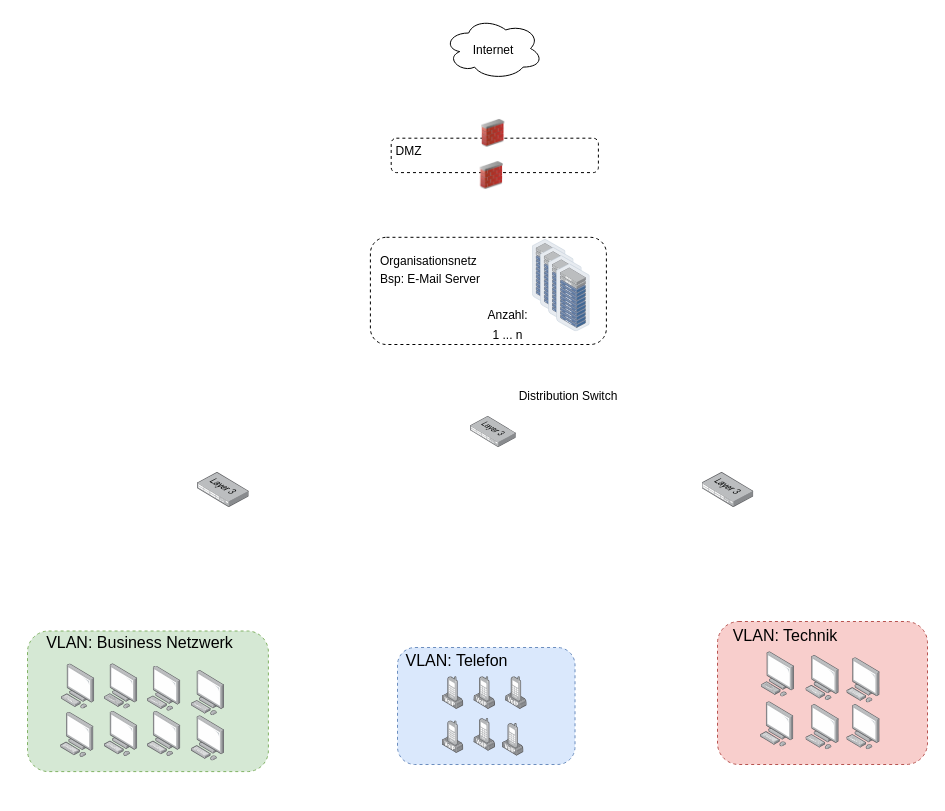
Above: Logische Netzwerktopologie.drawio in meetSeb/Computer-Network (draw.io), before the change. Source tidied: cells renumbered, new cells numbered last; positions are measured from the earlier drawing's top-left corner, leaving out a move shared by most shapes. Both pictures are drawn from the tidied source at 100%, with x=0, y=0 at pixel (27, 17).
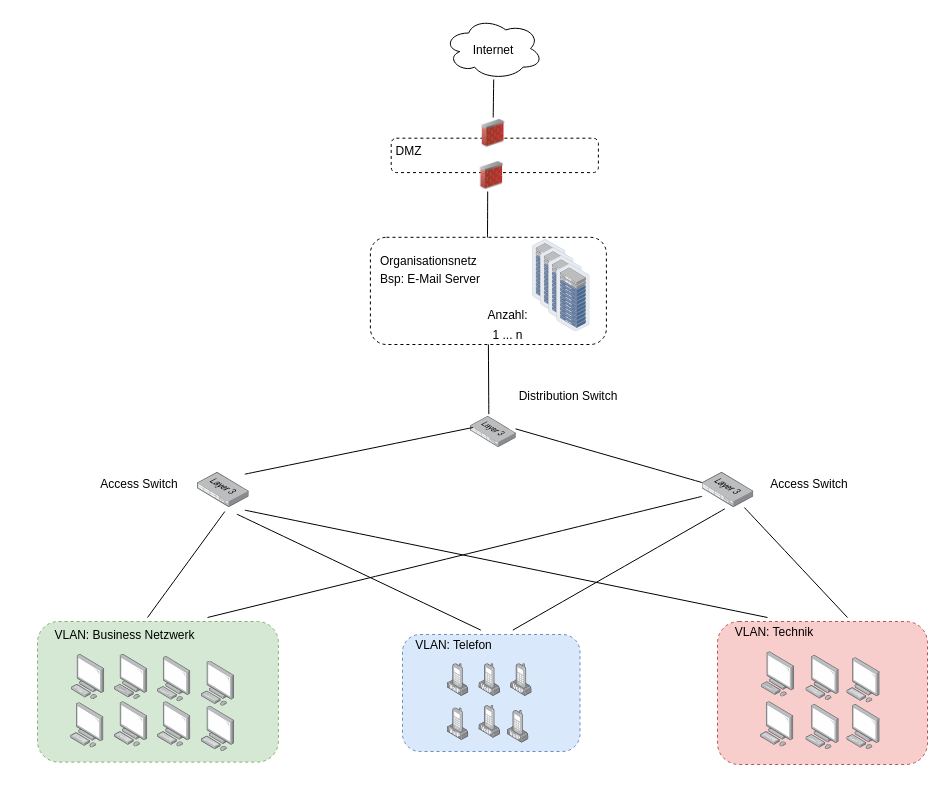
The same page after the edit.

The change refers to these unchanged cells:
```xml
<mxCell id="5" style="image;points=[];html=1;align=center;shadow=0;dashed=0;image=img/lib/allied_telesis/switch/Switch_52_port_L3.svg;" parent="1" vertex="1">
  <mxGeometry x="443" y="399" width="45.8" height="31" as="geometry" />
</mxCell>
<mxCell id="6" style="group;" parent="1" vertex="1">
  <mxGeometry x="690" y="604" width="210" height="143" as="geometry" />
</mxCell>
<mxCell id="28" style="image;points=[];html=1;align=center;shadow=0;dashed=0;image=img/lib/allied_telesis/switch/Switch_52_port_L3.svg;" parent="1" vertex="1">
  <mxGeometry x="170" y="455" width="51.7" height="35" as="geometry" />
</mxCell>
<mxCell id="29" style="image;points=[];html=1;align=center;shadow=0;dashed=0;image=img/lib/allied_telesis/switch/Switch_52_port_L3.svg;" parent="1" vertex="1">
  <mxGeometry x="674.6" y="455" width="51.7" height="35" as="geometry" />
</mxCell>
<mxCell id="31" style="group;" parent="30" vertex="1">
  <mxGeometry width="250" height="150" as="geometry" />
</mxCell>
<mxCell id="44" style="rounded=1;whiteSpace=wrap;html=1;dashed=1;" parent="43" vertex="1">
  <mxGeometry y="9.8" width="236" height="107.2" as="geometry" />
</mxCell>
<mxCell id="55" style="image;html=1;image=img/lib/clip_art/networking/Firewall_02_128x128.png;" parent="52" vertex="1">
  <mxGeometry x="93.1" width="23.4" height="31.8" as="geometry" />
</mxCell>
```

The edit, as a diff of the source:
```diff
@@
-    <mxCell id="8" value="VLAN: Technik" style="text;strokeColor=none;fillColor=none;html=1;align=center;verticalAlign=middle;whiteSpace=wrap;rounded=0;fontSize=16;" parent="6" vertex="1">
-      <mxGeometry x="-16.3" y="7.1" width="167.6" height="13.6" as="geometry" />
+    <mxCell id="8" value="&lt;font style=&quot;font-size: 12px;&quot;&gt;VLAN: Technik&lt;/font&gt;" style="text;strokeColor=none;fillColor=none;html=1;align=center;verticalAlign=middle;whiteSpace=wrap;rounded=0;fontSize=16;" parent="6" vertex="1">
+      <mxGeometry x="-27.3" y="2.1" width="167.6" height="13.6" as="geometry" />
     </mxCell>
@@
     <mxCell id="16" style="group;" parent="1" vertex="1">
-      <mxGeometry x="370" y="630" width="181.8" height="117" as="geometry" />
+      <mxGeometry x="375" y="617" width="181.8" height="117" as="geometry" />
     </mxCell>
@@
-    <mxCell id="26" value="VLAN: Telefon" style="text;strokeColor=none;fillColor=none;html=1;align=center;verticalAlign=middle;whiteSpace=wrap;rounded=0;fontSize=16;" parent="16" vertex="1">
-      <mxGeometry x="-32" y="6.5" width="182.9" height="13.1" as="geometry" />
+    <mxCell id="26" value="&lt;font style=&quot;font-size: 12px;&quot;&gt;VLAN: Telefon&lt;/font&gt;" style="text;strokeColor=none;fillColor=none;html=1;align=center;verticalAlign=middle;whiteSpace=wrap;rounded=0;fontSize=16;" parent="16" vertex="1">
+      <mxGeometry x="-40" y="2.5" width="182.9" height="13.1" as="geometry" />
     </mxCell>
@@
     <mxCell id="30" style="group;" parent="1" vertex="1">
-      <mxGeometry y="613.5" width="250" height="150" as="geometry" />
+      <mxGeometry x="10" y="604" width="250" height="150" as="geometry" />
     </mxCell>
@@
-    <mxCell id="36" value="VLAN: Business Netzwerk" style="text;strokeColor=none;fillColor=none;html=1;align=center;verticalAlign=middle;whiteSpace=wrap;rounded=0;fontSize=16;" parent="31" vertex="1">
-      <mxGeometry x="5.4" y="5.1" width="214.6" height="13.2" as="geometry" />
+    <mxCell id="36" value="&lt;font style=&quot;font-size: 12px;&quot;&gt;VLAN: Business Netzwerk&lt;/font&gt;" style="text;strokeColor=none;fillColor=none;html=1;align=center;verticalAlign=middle;whiteSpace=wrap;rounded=0;fontSize=16;" parent="31" vertex="1">
+      <mxGeometry x="-20" y="5.1" width="214.6" height="13.2" as="geometry" />
     </mxCell>
@@
+    <mxCell id="57" style="endArrow=none;html=1;rounded=0;fontSize=12;startSize=8;endSize=8;curved=1;exitX=0.915;exitY=1.076;exitDx=0;exitDy=0;exitPerimeter=0;" parent="1" edge="1" source="28">
+      <mxGeometry relative="1" as="geometry">
+        <mxPoint x="740" y="600" as="targetPoint" />
+      </mxGeometry>
+    </mxCell>
+    <mxCell id="58" style="endArrow=none;html=1;rounded=0;fontSize=12;startSize=8;endSize=8;curved=1;exitX=0.761;exitY=1.19;exitDx=0;exitDy=0;exitPerimeter=0;entryX=0.647;entryY=-0.525;entryDx=0;entryDy=0;entryPerimeter=0;" parent="1" edge="1" source="28" target="26">
+      <mxGeometry relative="1" as="geometry" />
+    </mxCell>
+    <mxCell id="59" style="endArrow=none;html=1;rounded=0;fontSize=12;startSize=8;endSize=8;curved=1;exitX=0.529;exitY=1.114;exitDx=0;exitDy=0;exitPerimeter=0;" parent="1" edge="1" source="28">
+      <mxGeometry relative="1" as="geometry">
+        <mxPoint x="120" y="600" as="targetPoint" />
+      </mxGeometry>
+    </mxCell>
+    <mxCell id="60" style="endArrow=none;html=1;rounded=0;fontSize=12;startSize=8;endSize=8;curved=1;" parent="1" edge="1" source="29">
+      <mxGeometry relative="1" as="geometry">
+        <mxPoint x="820" y="600" as="targetPoint" />
+      </mxGeometry>
+    </mxCell>
+    <mxCell id="61" style="endArrow=none;html=1;rounded=0;fontSize=12;startSize=8;endSize=8;curved=1;entryX=0.822;entryY=-0.525;entryDx=0;entryDy=0;exitX=0.439;exitY=1.038;exitDx=0;exitDy=0;exitPerimeter=0;entryPerimeter=0;" parent="1" edge="1" source="29" target="26">
+      <mxGeometry relative="1" as="geometry" />
+    </mxCell>
+    <mxCell id="62" style="endArrow=none;html=1;rounded=0;fontSize=12;startSize=8;endSize=8;curved=1;" parent="1" edge="1" source="29">
+      <mxGeometry relative="1" as="geometry">
+        <mxPoint x="180" y="600" as="targetPoint" />
+      </mxGeometry>
+    </mxCell>
+    <mxCell id="63" style="endArrow=none;html=1;rounded=0;fontSize=12;startSize=8;endSize=8;curved=1;exitX=0.915;exitY=0.048;exitDx=0;exitDy=0;exitPerimeter=0;entryX=0.051;entryY=0.355;entryDx=0;entryDy=0;entryPerimeter=0;" parent="1" edge="1" source="28" target="5">
+      <mxGeometry relative="1" as="geometry" />
+    </mxCell>
+    <mxCell id="64" style="endArrow=none;html=1;rounded=0;fontSize=12;startSize=8;endSize=8;curved=1;entryX=0.983;entryY=0.398;entryDx=0;entryDy=0;entryPerimeter=0;" parent="1" edge="1" source="29" target="5">
+      <mxGeometry relative="1" as="geometry" />
+    </mxCell>
+    <mxCell id="65" style="endArrow=none;html=1;rounded=0;fontSize=12;startSize=8;endSize=8;curved=1;exitX=0.4;exitY=-0.075;exitDx=0;exitDy=0;exitPerimeter=0;entryX=0.5;entryY=1;entryDx=0;entryDy=0;" parent="1" edge="1" source="5" target="44">
+      <mxGeometry relative="1" as="geometry" />
+    </mxCell>
+    <mxCell id="66" style="endArrow=none;html=1;rounded=0;fontSize=12;startSize=8;endSize=8;curved=1;entryX=0.5;entryY=1;entryDx=0;entryDy=0;" parent="1" edge="1">
+      <mxGeometry relative="1" as="geometry">
+        <mxPoint x="460" y="220" as="sourcePoint" />
+        <mxPoint x="460.2" y="174" as="targetPoint" />
+      </mxGeometry>
+    </mxCell>
+    <mxCell id="67" style="endArrow=none;html=1;rounded=0;fontSize=12;startSize=8;endSize=8;curved=1;entryX=0.5;entryY=1;entryDx=0;entryDy=0;exitX=0.5;exitY=0;exitDx=0;exitDy=0;" parent="1" edge="1" source="55">
+      <mxGeometry relative="1" as="geometry">
+        <mxPoint x="466.2" y="62" as="targetPoint" />
+      </mxGeometry>
+    </mxCell>
+    <mxCell id="68" value="&lt;font style=&quot;font-size: 12px;&quot;&gt;Access Switch&lt;/font&gt;" style="text;strokeColor=none;fillColor=none;html=1;align=center;verticalAlign=middle;whiteSpace=wrap;rounded=0;fontSize=16;" parent="1" vertex="1">
+      <mxGeometry x="730" y="440" width="104" height="50" as="geometry" />
+    </mxCell>
+    <mxCell id="69" value="&lt;font style=&quot;font-size: 12px;&quot;&gt;Access Switch&lt;/font&gt;" style="text;strokeColor=none;fillColor=none;html=1;align=center;verticalAlign=middle;whiteSpace=wrap;rounded=0;fontSize=16;" parent="1" vertex="1">
+      <mxGeometry x="60" y="440" width="104" height="50" as="geometry" />
+    </mxCell>
```
